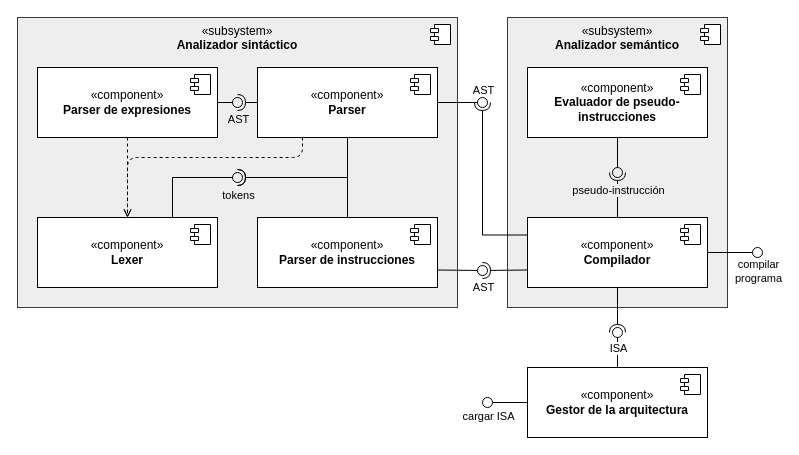
This is img/components.drawio from ALVAROPING1/TFG, a draw.io file, before an edit. Source tidied: cells renumbered, new cells numbered last; positions are measured from the earlier drawing's top-left corner, leaving out a move shared by most shapes. Both pictures are drawn from the tidied source at 100%, with x=0, y=0 at pixel (17, 17).
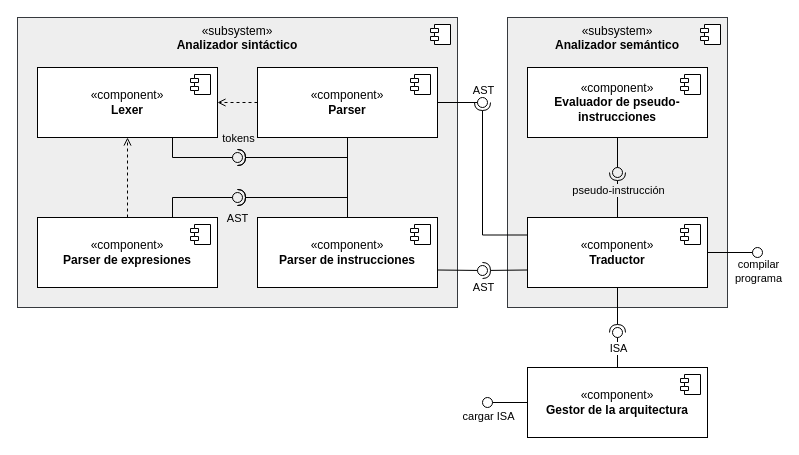
Above is the later version.

Commit message (it also covers changes not shown here):
fixed components diagram

Unchanged cells that the change refers to:
```xml
<mxCell id="15" value="«component»&lt;br&gt;&lt;b&gt;Parser de instrucciones&lt;/b&gt;" style="html=1;whiteSpace=wrap;" parent="1" vertex="1">
  <mxGeometry x="240" y="200" width="180" height="70" as="geometry" />
</mxCell>
<mxCell id="22" value="«component»&lt;br&gt;&lt;b&gt;Parser&lt;br&gt;&lt;/b&gt;" style="html=1;whiteSpace=wrap;" parent="1" vertex="1">
  <mxGeometry x="240" y="50" width="180" height="70" as="geometry" />
</mxCell>
```

The edit, as a diff of the source:
```diff
@@
     <mxCell id="8" style="rounded=0;jettySize=auto;html=1;endSize=10;endArrow=oval;endFill=0;edgeStyle=orthogonalEdgeStyle;exitX=0.75;exitY=1;exitDx=0;exitDy=0;" parent="1" edge="1" source="10">
       <mxGeometry relative="1" as="geometry">
-        <mxPoint x="220" y="160" as="targetPoint" />
+        <mxPoint x="220" y="140" as="targetPoint" />
         <Array as="points">
-          <mxPoint x="155" y="160" />
+          <mxPoint x="155" y="140" />
         </Array>
       </mxGeometry>
     </mxCell>
     <mxCell id="9" value="tokens" style="edgeLabel;html=1;align=center;verticalAlign=middle;labelBackgroundColor=none;" parent="8" vertex="1">
       <mxGeometry x="1" y="5" relative="1" as="geometry">
-        <mxPoint y="22" as="offset" />
+        <mxPoint y="-15" as="offset" />
       </mxGeometry>
     </mxCell>
     <mxCell id="10" value="«component»&lt;br&gt;&lt;b&gt;Lexer&lt;/b&gt;" style="html=1;whiteSpace=wrap;" parent="1" vertex="1">
-      <mxGeometry x="20" y="200" width="180" height="70" as="geometry" />
+      <mxGeometry x="20" y="50" width="180" height="70" as="geometry" />
     </mxCell>
@@
     <mxCell id="14" style="edgeStyle=orthogonalEdgeStyle;rounded=0;jettySize=auto;html=1;endArrow=halfCircle;endFill=0;exitX=0.5;exitY=0;exitDx=0;exitDy=0;elbow=vertical;" parent="1" edge="1" source="15">
       <mxGeometry relative="1" as="geometry">
-        <mxPoint x="220" y="160" as="targetPoint" />
+        <mxPoint x="220" y="140" as="targetPoint" />
         <Array as="points">
-          <mxPoint x="330" y="160" />
+          <mxPoint x="330" y="140" />
         </Array>
       </mxGeometry>
     </mxCell>
@@
-    <mxCell id="17" style="edgeStyle=orthogonalEdgeStyle;rounded=0;jettySize=auto;html=1;dashed=1;endArrow=open;endFill=0;exitX=0.5;exitY=1;exitDx=0;exitDy=0;entryX=0.5;entryY=0;entryDx=0;entryDy=0;" parent="1" edge="1" source="18" target="10">
+    <mxCell id="17" style="edgeStyle=orthogonalEdgeStyle;rounded=0;jettySize=auto;html=1;dashed=1;endArrow=open;endFill=0;exitX=0.5;exitY=0;exitDx=0;exitDy=0;entryX=0.5;entryY=1;entryDx=0;entryDy=0;" parent="1" edge="1" source="18" target="10">
       <mxGeometry relative="1" as="geometry" />
     </mxCell>
     <mxCell id="18" value="«component»&lt;br&gt;&lt;b&gt;Parser de expresiones&lt;br&gt;&lt;/b&gt;" style="html=1;whiteSpace=wrap;" parent="1" vertex="1">
-      <mxGeometry x="20" y="50" width="180" height="70" as="geometry" />
+      <mxGeometry x="20" y="200" width="180" height="70" as="geometry" />
     </mxCell>
@@
     <mxCell id="20" style="edgeStyle=orthogonalEdgeStyle;rounded=0;jettySize=auto;html=1;endArrow=halfCircle;endFill=0;exitX=0.5;exitY=1;exitDx=0;exitDy=0;" parent="1" edge="1" source="22">
       <mxGeometry relative="1" as="geometry">
-        <mxPoint x="220" y="160" as="targetPoint" />
+        <mxPoint x="220" y="140" as="targetPoint" />
         <Array as="points">
-          <mxPoint x="330" y="160" />
+          <mxPoint x="330" y="140" />
         </Array>
       </mxGeometry>
     </mxCell>
-    <mxCell id="21" style="edgeStyle=orthogonalEdgeStyle;rounded=1;jettySize=auto;html=1;exitX=0.25;exitY=1;exitDx=0;exitDy=0;entryX=0.5;entryY=0;entryDx=0;entryDy=0;dashed=1;endArrow=open;endFill=0;curved=0;" parent="1" edge="1" source="22" target="10">
-      <mxGeometry relative="1" as="geometry">
-        <Array as="points">
-          <mxPoint x="285" y="140" />
-          <mxPoint x="110" y="140" />
-        </Array>
-      </mxGeometry>
+    <mxCell id="21" style="rounded=1;jettySize=auto;html=1;exitX=0;exitY=0.5;exitDx=0;exitDy=0;entryX=1;entryY=0.5;entryDx=0;entryDy=0;dashed=1;endArrow=open;endFill=0;" parent="1" edge="1" source="22" target="10">
+      <mxGeometry relative="1" as="geometry" />
     </mxCell>
@@
-    <mxCell id="24" value="«component»&lt;br&gt;&lt;b&gt;Compilador&lt;/b&gt;" style="html=1;whiteSpace=wrap;" parent="1" vertex="1">
+    <mxCell id="24" value="«component»&lt;br&gt;&lt;b&gt;Traductor&lt;/b&gt;" style="html=1;whiteSpace=wrap;" parent="1" vertex="1">
       <mxGeometry x="510" y="200" width="180" height="70" as="geometry" />
     </mxCell>
@@
-    <mxCell id="45" style="rounded=0;jettySize=auto;html=1;endArrow=halfCircle;endFill=0;endSize=6;strokeWidth=1;sketch=0;exitX=0;exitY=0.5;exitDx=0;exitDy=0;" parent="1" edge="1" source="22" target="48">
-      <mxGeometry relative="1" as="geometry" />
+    <mxCell id="45" style="rounded=0;jettySize=auto;html=1;endArrow=halfCircle;endFill=0;endSize=6;strokeWidth=1;sketch=0;exitX=0.5;exitY=1;exitDx=0;exitDy=0;edgeStyle=orthogonalEdgeStyle;" parent="1" edge="1" source="22" target="48">
+      <mxGeometry relative="1" as="geometry">
+        <Array as="points">
+          <mxPoint x="330" y="180" />
+        </Array>
+      </mxGeometry>
     </mxCell>
     <mxCell id="46" value="AST" style="edgeLabel;html=1;align=center;verticalAlign=middle;labelBackgroundColor=none;" parent="45" vertex="1">
       <mxGeometry x="0.69" y="1" relative="1" as="geometry">
-        <mxPoint x="-3" y="15" as="offset" />
+        <mxPoint x="-27" y="19" as="offset" />
       </mxGeometry>
     </mxCell>
-    <mxCell id="47" style="rounded=0;jettySize=auto;html=1;endArrow=oval;endFill=0;sketch=0;sourcePerimeterSpacing=0;targetPerimeterSpacing=0;endSize=10;exitX=1;exitY=0.5;exitDx=0;exitDy=0;" parent="1" edge="1" source="18" target="48">
-      <mxGeometry relative="1" as="geometry" />
+    <mxCell id="47" style="rounded=0;jettySize=auto;html=1;endArrow=oval;endFill=0;sketch=0;sourcePerimeterSpacing=0;targetPerimeterSpacing=0;endSize=10;exitX=0.75;exitY=0;exitDx=0;exitDy=0;edgeStyle=orthogonalEdgeStyle;" parent="1" edge="1" source="18" target="48">
+      <mxGeometry relative="1" as="geometry">
+        <Array as="points">
+          <mxPoint x="155" y="180" />
+        </Array>
+      </mxGeometry>
     </mxCell>
     <mxCell id="48" style="ellipse;whiteSpace=wrap;html=1;align=center;fillColor=none;strokeColor=none;perimeter=centerPerimeter;points=[];outlineConnect=1;" parent="1" vertex="1">
-      <mxGeometry x="215" y="80" width="10" height="10" as="geometry" />
+      <mxGeometry x="215" y="175" width="10" height="10" as="geometry" />
     </mxCell>
+    <mxCell id="49" style="rounded=0;jettySize=auto;html=1;endArrow=halfCircle;endFill=0;endSize=6;strokeWidth=1;sketch=0;fontSize=12;exitX=0.5;exitY=0;exitDx=0;exitDy=0;edgeStyle=orthogonalEdgeStyle;" parent="1" edge="1" source="15" target="48">
+      <mxGeometry relative="1" as="geometry" />
+    </mxCell>
+    <mxCell id="50" style="ellipse;whiteSpace=wrap;html=1;align=center;fillColor=none;strokeColor=none;perimeter=centerPerimeter;" parent="1" vertex="1">
+      <mxGeometry x="240" y="400" width="10" height="10" as="geometry" />
+    </mxCell>
```
